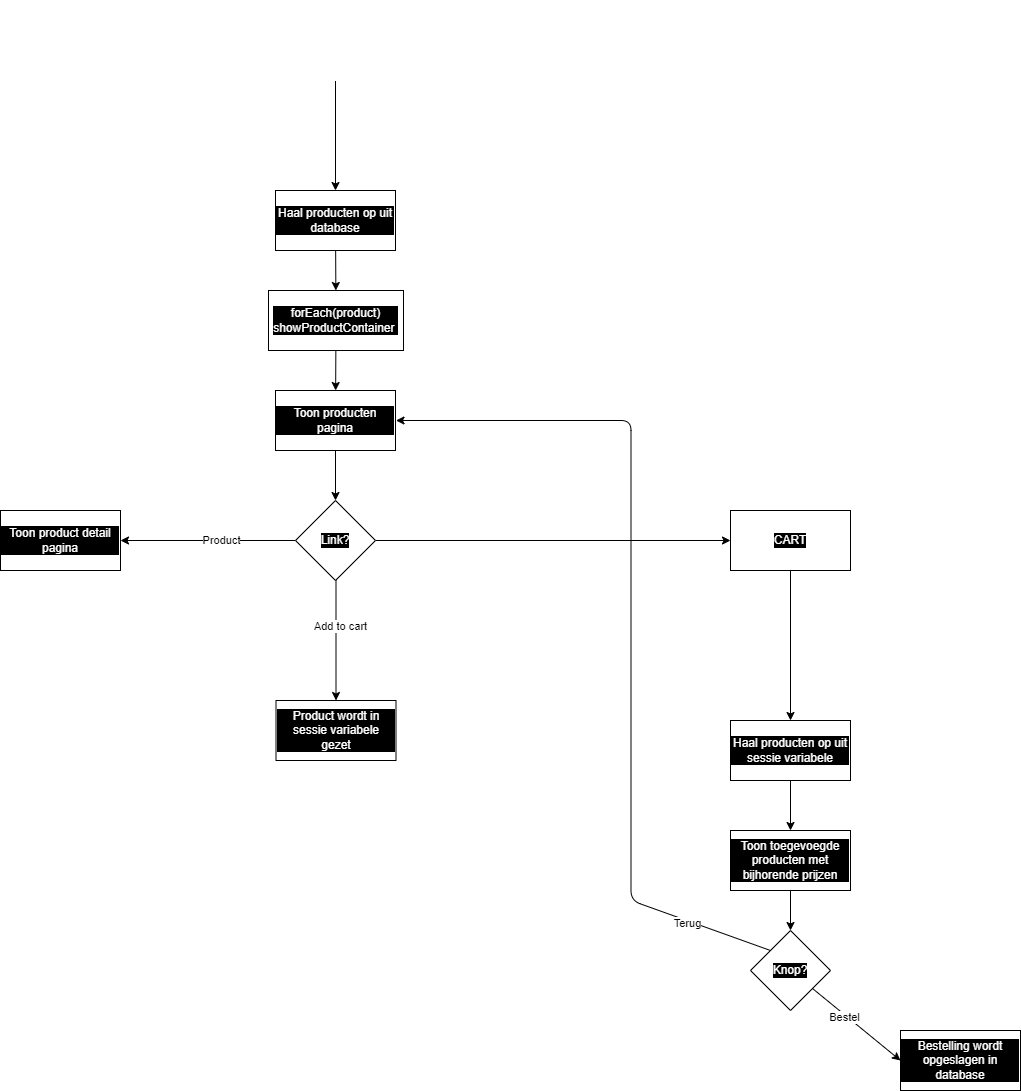
Earlier version of the draw.io export Diagrams/webshop_flowchart.drawio.png (Dabra720/educom-webshop-database). Source tidied: cells renumbered, new cells last; positions are measured from the earlier drawing's top-left corner, leaving out a move shared by most shapes.
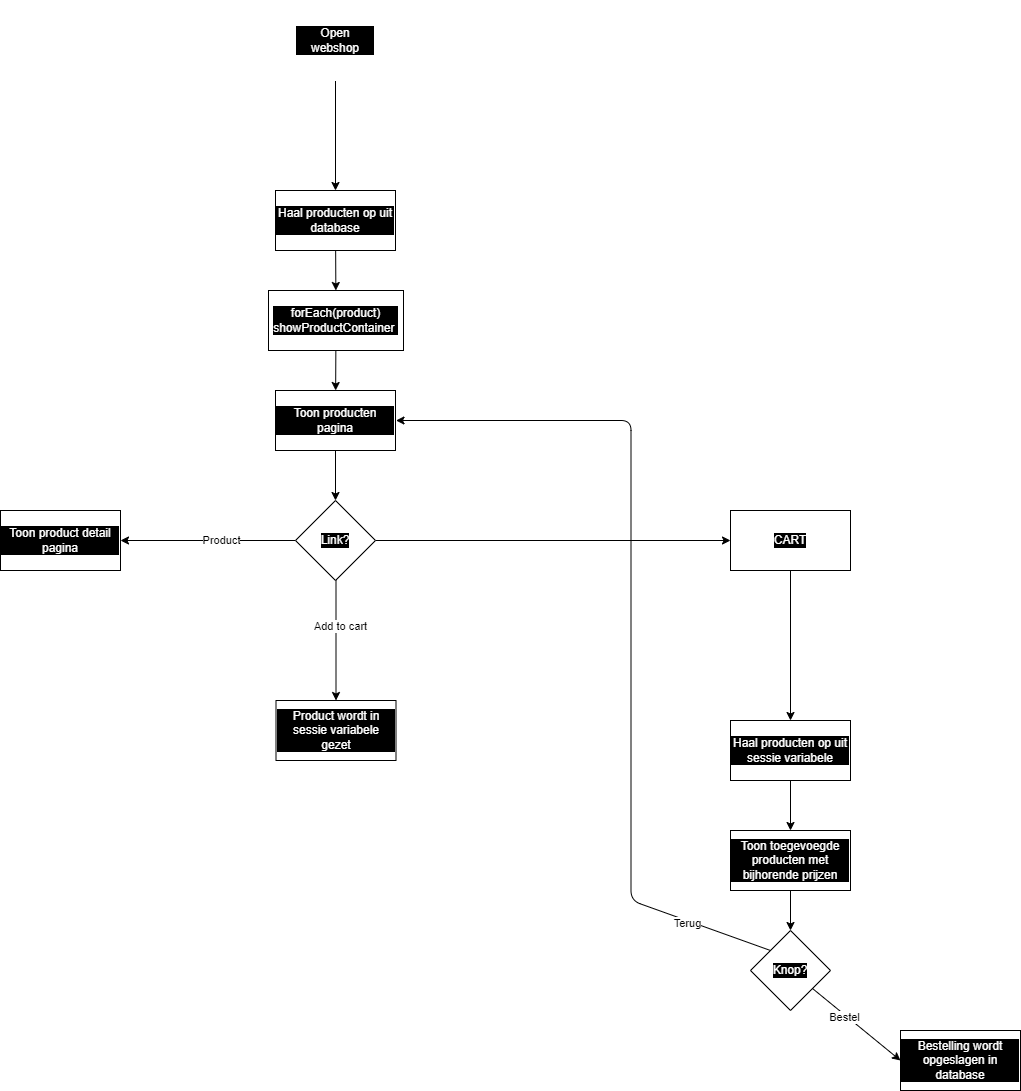
The same diagram one commit later.

Commit message:
#6 Recolor chart

Diff of the diagram source:
```diff
@@ -5,7 +5,7 @@
     <mxCell id="2" style="edgeStyle=none;html=1;strokeColor=#000000;labelBackgroundColor=#000000;fontColor=#FFFFFF;" parent="1" edge="1" source="3" target="15">
       <mxGeometry relative="1" as="geometry" />
     </mxCell>
-    <mxCell id="3" style="ellipse;whiteSpace=wrap;html=1;strokeColor=#FFFFFF;labelBackgroundColor=#000000;fontColor=#FFFFFF;" parent="1" vertex="1">
+    <mxCell id="3" value="Open webshop" style="ellipse;whiteSpace=wrap;html=1;strokeColor=#FFFFFF;labelBackgroundColor=#000000;fontColor=#FFFFFF;" parent="1" vertex="1">
       <mxGeometry x="295" width="80" height="80" as="geometry" />
     </mxCell>
     <mxCell id="4" style="edgeStyle=none;html=1;entryX=0.5;entryY=0;entryDx=0;entryDy=0;strokeColor=#000000;labelBackgroundColor=#000000;fontColor=#FFFFFF;" parent="1" edge="1" source="5" target="11">
```
